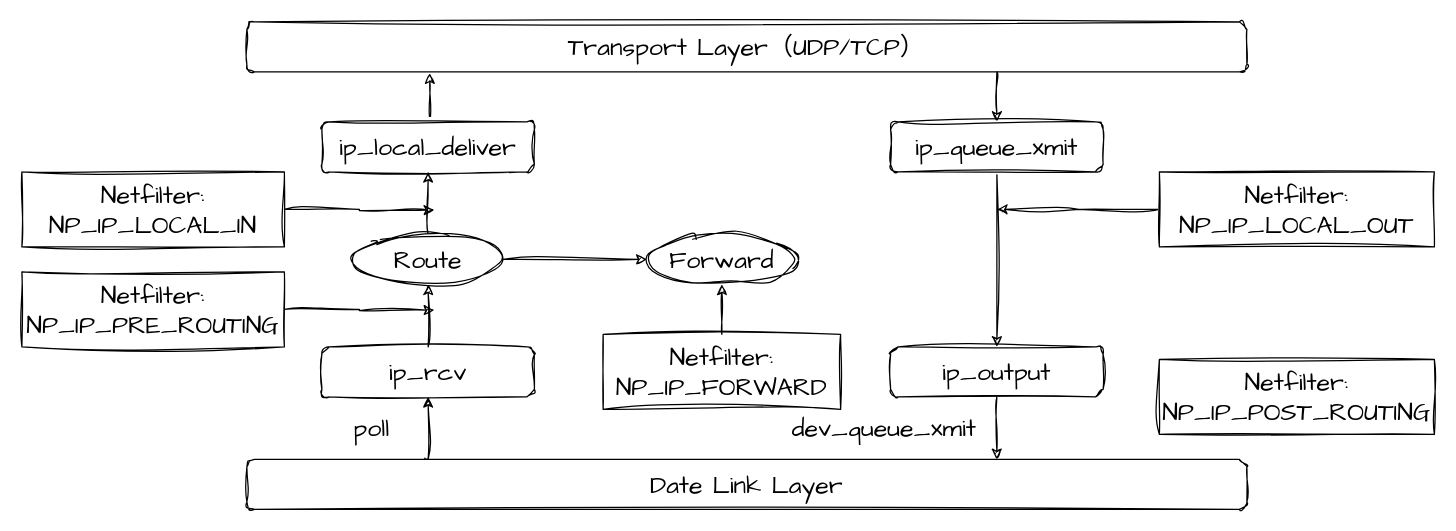
ji92/markdown_picture keeps this draw.io diagram as images/网络层处理.drawio. Above is the earlier version. Source tidied: cells renumbered, new cells numbered last; positions are measured from the earlier drawing's top-left corner, leaving out a move shared by most shapes. Both pictures are drawn from the tidied source at 125%, with x=0, y=0 at pixel (21, 21).
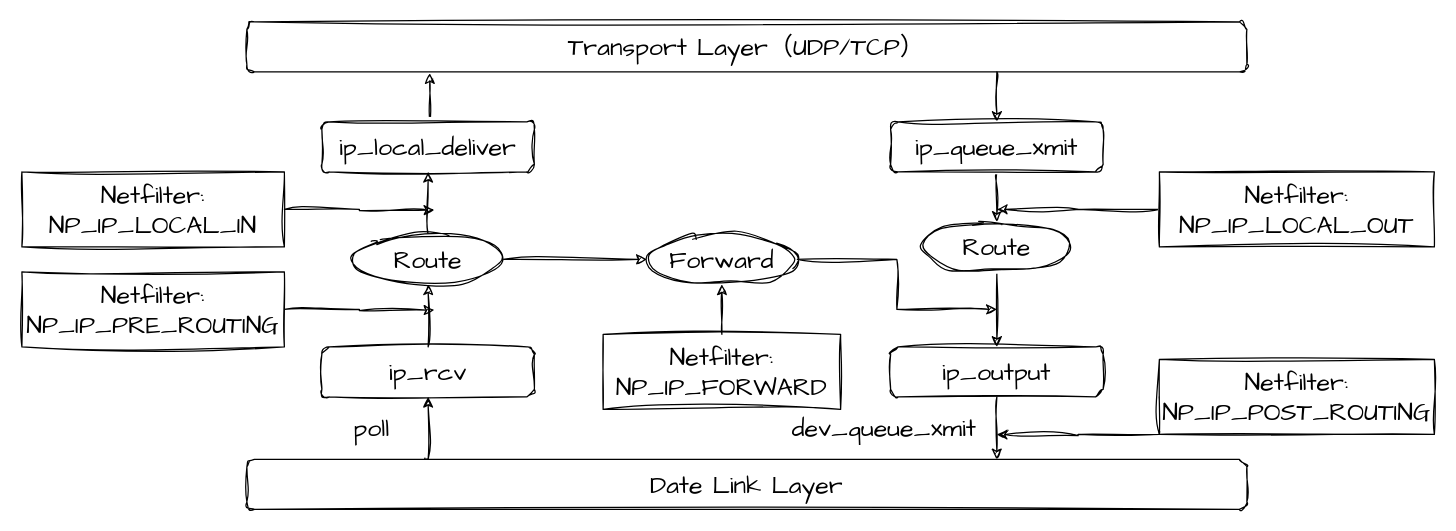
The same diagram, later.

Commit message (it also covers changes not shown here):
更新网络层处理.drawio

The change refers to these unchanged cells:
```xml
<mxCell id="11" value="Forward" style="ellipse;whiteSpace=wrap;html=1;sketch=1;hachureGap=4;jiggle=2;curveFitting=1;fontFamily=Architects Daughter;fontSize=20;" parent="1" vertex="1">
  <mxGeometry x="500" y="170" width="120" height="40" as="geometry" />
</mxCell>
<mxCell id="13" value="ip_output" style="rounded=1;whiteSpace=wrap;html=1;sketch=1;hachureGap=4;jiggle=2;curveFitting=1;fontFamily=Architects Daughter;fontSize=20;" parent="1" vertex="1">
  <mxGeometry x="695" y="260" width="170" height="40" as="geometry" />
</mxCell>
<mxCell id="15" value="ip_queue_xmit" style="rounded=1;whiteSpace=wrap;html=1;sketch=1;hachureGap=4;jiggle=2;curveFitting=1;fontFamily=Architects Daughter;fontSize=20;" parent="1" vertex="1">
  <mxGeometry x="695" y="80" width="170" height="40" as="geometry" />
</mxCell>
<mxCell id="27" value="Netfilter:&lt;br&gt;NP_IP_POST_ROUTING" style="rounded=0;whiteSpace=wrap;html=1;sketch=1;hachureGap=4;jiggle=2;curveFitting=1;fontFamily=Architects Daughter;fontSize=20;" parent="1" vertex="1">
  <mxGeometry x="910" y="270" width="220" height="60" as="geometry" />
</mxCell>
```

Diff of the diagram source:
```diff
@@
+    <mxCell id="29" style="edgeStyle=orthogonalEdgeStyle;rounded=0;sketch=1;hachureGap=4;jiggle=2;curveFitting=1;jettySize=auto;html=1;exitX=1;exitY=0.5;exitDx=0;exitDy=0;fontFamily=Architects Daughter;fontSize=16;" parent="1" edge="1" source="11">
+      <mxGeometry relative="1" as="geometry">
+        <mxPoint x="780" y="230" as="targetPoint" />
+        <Array as="points">
+          <mxPoint x="700" y="190" />
+          <mxPoint x="700" y="230" />
+          <mxPoint x="780" y="230" />
+        </Array>
+      </mxGeometry>
+    </mxCell>
@@
-    <mxCell id="14" style="edgeStyle=orthogonalEdgeStyle;rounded=0;sketch=1;hachureGap=4;jiggle=2;curveFitting=1;jettySize=auto;html=1;exitX=0.5;exitY=1;exitDx=0;exitDy=0;entryX=0.5;entryY=0;entryDx=0;entryDy=0;fontFamily=Architects Daughter;fontSize=16;" parent="1" edge="1" source="15" target="13">
-      <mxGeometry relative="1" as="geometry" />
-    </mxCell>
+    <mxCell id="30" style="edgeStyle=orthogonalEdgeStyle;rounded=0;sketch=1;hachureGap=4;jiggle=2;curveFitting=1;jettySize=auto;html=1;exitX=0.5;exitY=1;exitDx=0;exitDy=0;fontFamily=Architects Daughter;fontSize=16;" parent="1" edge="1" source="15" target="33">
+      <mxGeometry relative="1" as="geometry" />
+    </mxCell>
@@
+    <mxCell id="31" style="edgeStyle=orthogonalEdgeStyle;rounded=0;sketch=1;hachureGap=4;jiggle=2;curveFitting=1;jettySize=auto;html=1;exitX=0;exitY=0.5;exitDx=0;exitDy=0;fontFamily=Architects Daughter;fontSize=16;" parent="1" edge="1" source="27">
+      <mxGeometry relative="1" as="geometry">
+        <mxPoint x="780" y="330" as="targetPoint" />
+        <Array as="points">
+          <mxPoint x="910" y="330" />
+          <mxPoint x="845" y="330" />
+          <mxPoint x="780" y="331" />
+        </Array>
+      </mxGeometry>
+    </mxCell>
@@
+    <mxCell id="32" style="edgeStyle=orthogonalEdgeStyle;rounded=0;sketch=1;hachureGap=4;jiggle=2;curveFitting=1;jettySize=auto;html=1;exitX=0.5;exitY=1;exitDx=0;exitDy=0;entryX=0.5;entryY=0;entryDx=0;entryDy=0;fontFamily=Architects Daughter;fontSize=16;" parent="1" edge="1" source="33" target="13">
+      <mxGeometry relative="1" as="geometry" />
+    </mxCell>
+    <mxCell id="33" value="Route" style="ellipse;whiteSpace=wrap;html=1;sketch=1;hachureGap=4;jiggle=2;curveFitting=1;fontFamily=Architects Daughter;fontSize=20;" parent="1" vertex="1">
+      <mxGeometry x="720" y="160" width="120" height="40" as="geometry" />
+    </mxCell>
```
